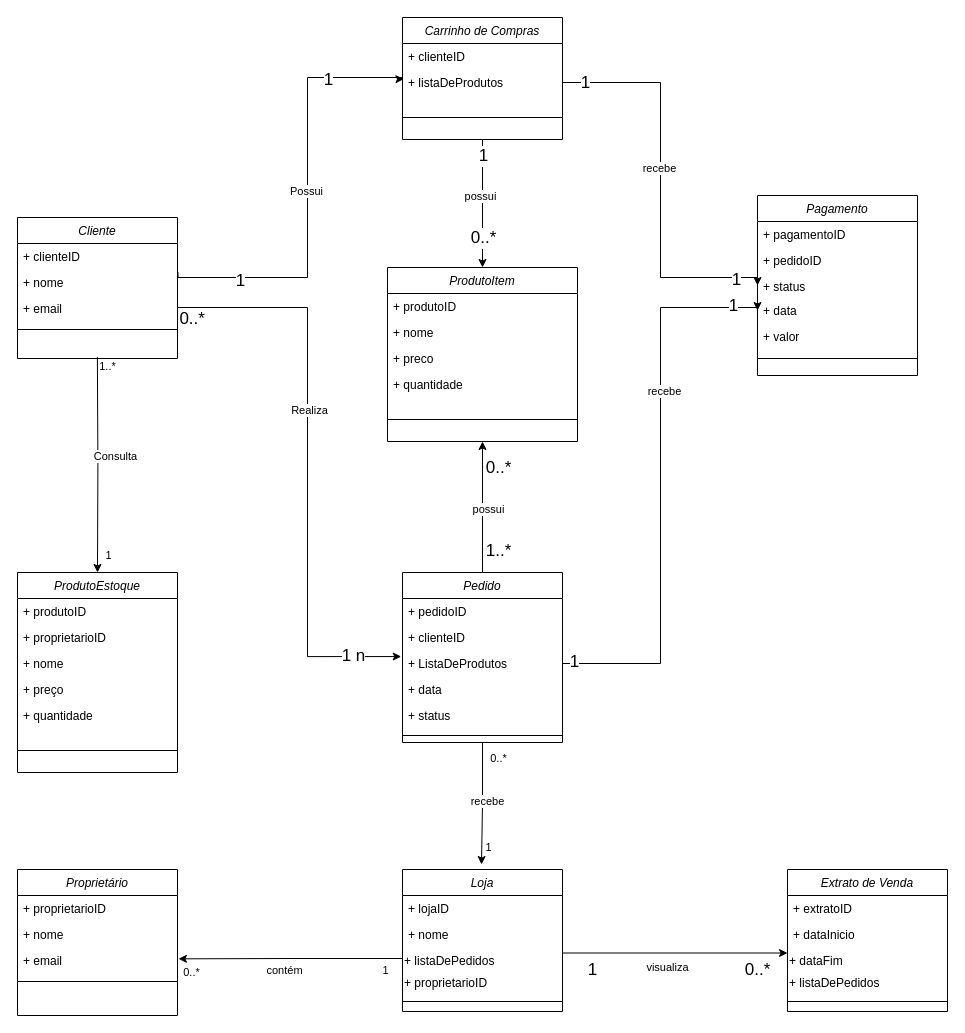
Before: ModeloDominio.drawio in rxqvx/Projeto-Sistemas-Distribu-dos---Vendas-, a draw.io diagram. Source tidied: cells renumbered, new cells numbered last; positions are measured from the earlier drawing's top-left corner, leaving out a move shared by most shapes. Both pictures are drawn from the tidied source at 100%, with x=0, y=0 at pixel (17, 17).
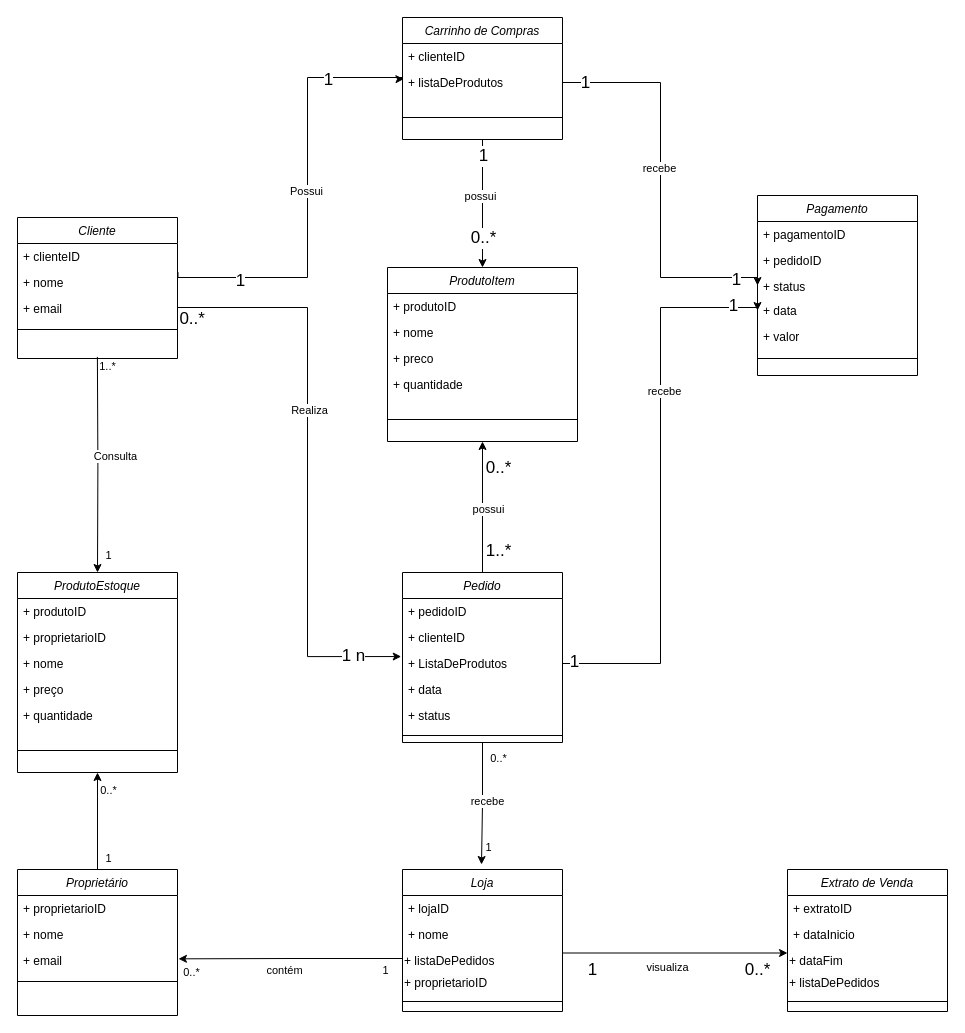
The same page after the edit.

Commit message:
refac: add owner relationship with product in stock

Unchanged cells that the change refers to:
```xml
<mxCell id="7" value="ProdutoEstoque" style="swimlane;fontStyle=2;align=center;verticalAlign=top;horizontal=1;startSize=26;rounded=0;shadow=0;strokeWidth=1;" parent="1" vertex="1">
  <mxGeometry y="555" width="160" height="200" as="geometry" />
</mxCell>
<mxCell id="90" value="Proprietário" style="swimlane;fontStyle=2;align=center;verticalAlign=top;horizontal=1;startSize=26;rounded=0;shadow=0;strokeWidth=1;" parent="1" vertex="1">
  <mxGeometry y="852" width="160" height="146" as="geometry" />
</mxCell>
```

Change to the diagram source:
```diff
@@
+    <mxCell id="95" style="edgeStyle=orthogonalEdgeStyle;rounded=0;jettySize=auto;html=1;entryX=0.5;entryY=1;entryDx=0;entryDy=0;" parent="1" edge="1" source="90" target="7">
+      <mxGeometry relative="1" as="geometry" />
+    </mxCell>
+    <mxCell id="96" value="1" style="edgeLabel;html=1;align=center;verticalAlign=middle;" parent="95" vertex="1">
+      <mxGeometry x="-0.75" y="1" relative="1" as="geometry">
+        <mxPoint x="11" as="offset" />
+      </mxGeometry>
+    </mxCell>
+    <mxCell id="97" value="0..*" style="edgeLabel;html=1;align=center;verticalAlign=middle;" parent="95" vertex="1">
+      <mxGeometry x="0.65" y="2" relative="1" as="geometry">
+        <mxPoint x="12" as="offset" />
+      </mxGeometry>
+    </mxCell>
```
